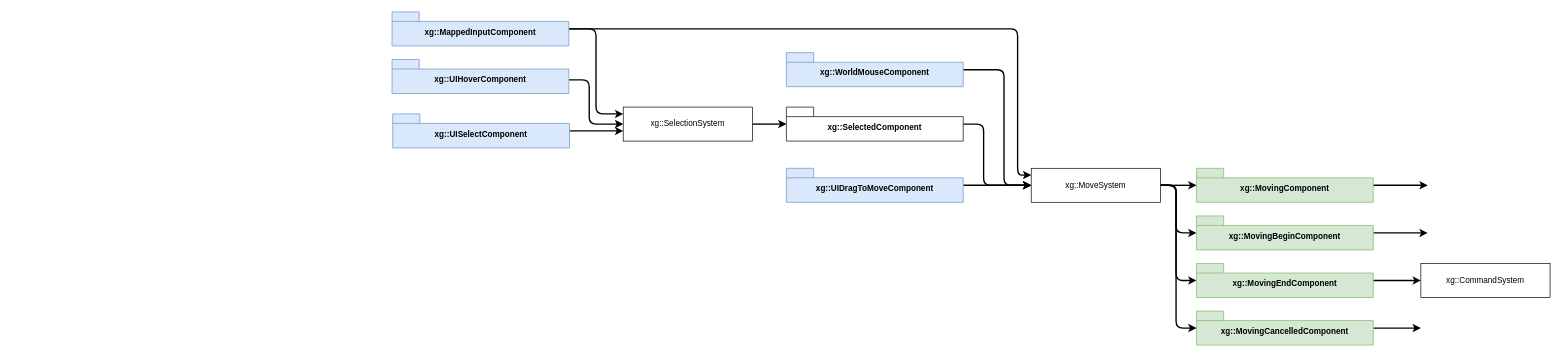
Earlier version of the draw.io diagram design/selection.drawio (djfooks-kl/breadboard). Source tidied: cells renumbered, new cells numbered last; positions are measured from the earlier drawing's top-left corner, leaving out a move shared by most shapes. Both pictures are drawn from the tidied source at 68%, with x=0, y=0 at pixel (392, 12).
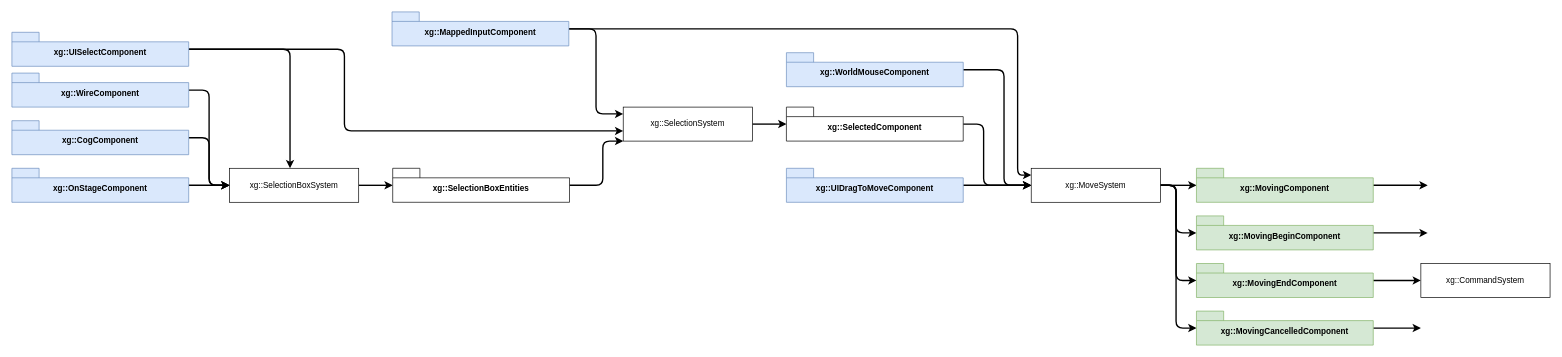
The same page after the edit.

Unchanged cells that the change refers to:
```xml
<mxCell id="5" value="xg::SelectionSystem" style="html=1;whiteSpace=wrap;" parent="1" vertex="1">
  <mxGeometry x="340" y="140" width="190" height="50" as="geometry" />
</mxCell>
```

What changed in the source:
```diff
@@
-    <mxCell id="2" style="edgeStyle=orthogonalEdgeStyle;shape=connector;curved=0;rounded=1;jettySize=auto;html=1;strokeColor=default;strokeWidth=2;align=center;verticalAlign=middle;fontFamily=Helvetica;fontSize=11;fontColor=default;labelBackgroundColor=default;endArrow=classic;jumpStyle=gap;" parent="1" edge="1" source="3" target="5">
-      <mxGeometry relative="1" as="geometry">
-        <Array as="points">
-          <mxPoint x="290" y="100" />
-          <mxPoint x="290" y="165" />
-        </Array>
-      </mxGeometry>
-    </mxCell>
-    <mxCell id="3" value="xg::UIHoverComponent" style="shape=folder;fontStyle=1;spacingTop=10;tabWidth=40;tabHeight=14;tabPosition=left;html=1;whiteSpace=wrap;fillColor=#dae8fc;strokeColor=#6c8ebf;" parent="1" vertex="1">
-      <mxGeometry y="70" width="260" height="50" as="geometry" />
-    </mxCell>
@@
     <mxCell id="25" style="edgeStyle=orthogonalEdgeStyle;shape=connector;curved=0;rounded=1;jumpStyle=gap;jettySize=auto;html=1;strokeColor=default;strokeWidth=2;align=center;verticalAlign=middle;fontFamily=Helvetica;fontSize=11;fontColor=default;labelBackgroundColor=default;endArrow=classic;" parent="1" edge="1" source="26" target="5">
       <mxGeometry relative="1" as="geometry">
         <Array as="points">
-          <mxPoint x="330" y="175" />
-          <mxPoint x="330" y="175" />
+          <mxPoint x="-70" y="55" />
+          <mxPoint x="-70" y="175" />
         </Array>
       </mxGeometry>
     </mxCell>
+    <mxCell id="31" style="edgeStyle=orthogonalEdgeStyle;shape=connector;curved=0;rounded=1;jumpStyle=gap;jettySize=auto;html=1;strokeColor=default;strokeWidth=2;align=center;verticalAlign=middle;fontFamily=Helvetica;fontSize=11;fontColor=default;labelBackgroundColor=default;endArrow=classic;" parent="1" edge="1" source="26" target="33">
+      <mxGeometry relative="1" as="geometry">
+        <Array as="points">
+          <mxPoint x="-150" y="55" />
+        </Array>
+      </mxGeometry>
+    </mxCell>
     <mxCell id="26" value="xg::UISelectComponent" style="shape=folder;fontStyle=1;spacingTop=10;tabWidth=40;tabHeight=14;tabPosition=left;html=1;whiteSpace=wrap;fillColor=#dae8fc;strokeColor=#6c8ebf;" parent="1" vertex="1">
-      <mxGeometry x="1" y="150" width="260" height="50" as="geometry" />
+      <mxGeometry x="-559" y="30" width="260" height="50" as="geometry" />
     </mxCell>
@@
+    <mxCell id="32" style="edgeStyle=orthogonalEdgeStyle;shape=connector;curved=0;rounded=1;jumpStyle=gap;jettySize=auto;html=1;strokeColor=default;strokeWidth=2;align=center;verticalAlign=middle;fontFamily=Helvetica;fontSize=11;fontColor=default;labelBackgroundColor=default;endArrow=classic;" parent="1" edge="1" source="33" target="35">
+      <mxGeometry relative="1" as="geometry" />
+    </mxCell>
+    <mxCell id="33" value="xg::SelectionBoxSystem" style="html=1;whiteSpace=wrap;" parent="1" vertex="1">
+      <mxGeometry x="-239" y="230" width="190" height="50" as="geometry" />
+    </mxCell>
+    <mxCell id="34" style="edgeStyle=orthogonalEdgeStyle;shape=connector;curved=0;rounded=1;jumpStyle=gap;jettySize=auto;html=1;strokeColor=default;strokeWidth=2;align=center;verticalAlign=middle;fontFamily=Helvetica;fontSize=11;fontColor=default;labelBackgroundColor=default;endArrow=classic;" parent="1" edge="1" source="35" target="5">
+      <mxGeometry relative="1" as="geometry">
+        <Array as="points">
+          <mxPoint x="310" y="255" />
+          <mxPoint x="310" y="190" />
+        </Array>
+      </mxGeometry>
+    </mxCell>
+    <mxCell id="35" value="xg::SelectionBoxEntities" style="shape=folder;fontStyle=1;spacingTop=10;tabWidth=40;tabHeight=14;tabPosition=left;html=1;whiteSpace=wrap;" parent="1" vertex="1">
+      <mxGeometry x="1" y="230" width="260" height="50" as="geometry" />
+    </mxCell>
+    <mxCell id="36" style="edgeStyle=orthogonalEdgeStyle;shape=connector;curved=0;rounded=1;jumpStyle=gap;jettySize=auto;html=1;strokeColor=default;strokeWidth=2;align=center;verticalAlign=middle;fontFamily=Helvetica;fontSize=11;fontColor=default;labelBackgroundColor=default;endArrow=classic;" parent="1" edge="1" source="37" target="33">
+      <mxGeometry relative="1" as="geometry" />
+    </mxCell>
+    <mxCell id="37" value="xg::OnStageComponent" style="shape=folder;fontStyle=1;spacingTop=10;tabWidth=40;tabHeight=14;tabPosition=left;html=1;whiteSpace=wrap;fillColor=#dae8fc;strokeColor=#6c8ebf;" parent="1" vertex="1">
+      <mxGeometry x="-559" y="230" width="260" height="50" as="geometry" />
+    </mxCell>
+    <mxCell id="38" style="edgeStyle=orthogonalEdgeStyle;shape=connector;curved=0;rounded=1;jumpStyle=gap;jettySize=auto;html=1;strokeColor=default;strokeWidth=2;align=center;verticalAlign=middle;fontFamily=Helvetica;fontSize=11;fontColor=default;labelBackgroundColor=default;endArrow=classic;" parent="1" edge="1" source="39" target="33">
+      <mxGeometry relative="1" as="geometry">
+        <Array as="points">
+          <mxPoint x="-269" y="185" />
+          <mxPoint x="-269" y="255" />
+        </Array>
+      </mxGeometry>
+    </mxCell>
+    <mxCell id="39" value="xg::CogComponent" style="shape=folder;fontStyle=1;spacingTop=10;tabWidth=40;tabHeight=14;tabPosition=left;html=1;whiteSpace=wrap;fillColor=#dae8fc;strokeColor=#6c8ebf;" parent="1" vertex="1">
+      <mxGeometry x="-559" y="160" width="260" height="50" as="geometry" />
+    </mxCell>
+    <mxCell id="40" style="edgeStyle=orthogonalEdgeStyle;shape=connector;curved=0;rounded=1;jumpStyle=gap;jettySize=auto;html=1;strokeColor=default;strokeWidth=2;align=center;verticalAlign=middle;fontFamily=Helvetica;fontSize=11;fontColor=default;labelBackgroundColor=default;endArrow=classic;" parent="1" edge="1" source="41" target="33">
+      <mxGeometry relative="1" as="geometry">
+        <Array as="points">
+          <mxPoint x="-269" y="115" />
+          <mxPoint x="-269" y="255" />
+        </Array>
+      </mxGeometry>
+    </mxCell>
+    <mxCell id="41" value="xg::WireComponent" style="shape=folder;fontStyle=1;spacingTop=10;tabWidth=40;tabHeight=14;tabPosition=left;html=1;whiteSpace=wrap;fillColor=#dae8fc;strokeColor=#6c8ebf;" parent="1" vertex="1">
+      <mxGeometry x="-559" y="90" width="260" height="50" as="geometry" />
+    </mxCell>
```
